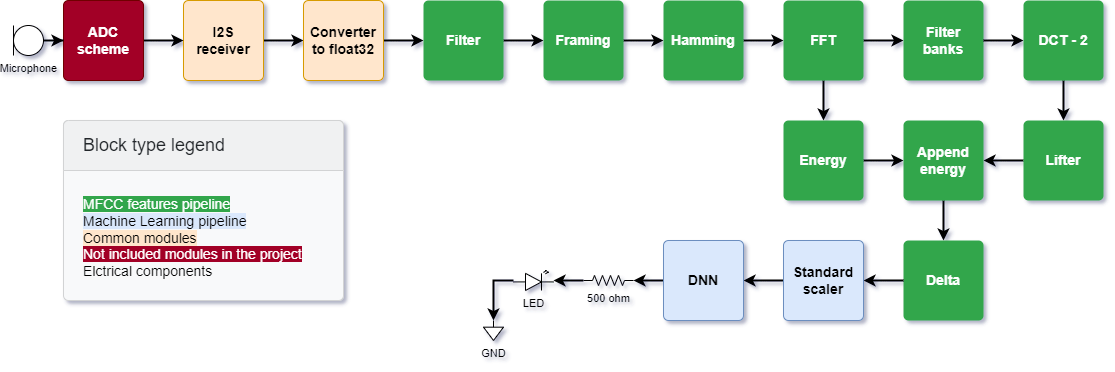
AlexKly/Simple-Voice-Activity-Detector-using-MFCC-based-on-FPGA-Kintex keeps this draw.io diagram as Docs/Project structure.drawio.png. Above is the earlier version. Source tidied: cells renumbered, new cells last; positions are measured from the earlier drawing's top-left corner, leaving out a move shared by most shapes.
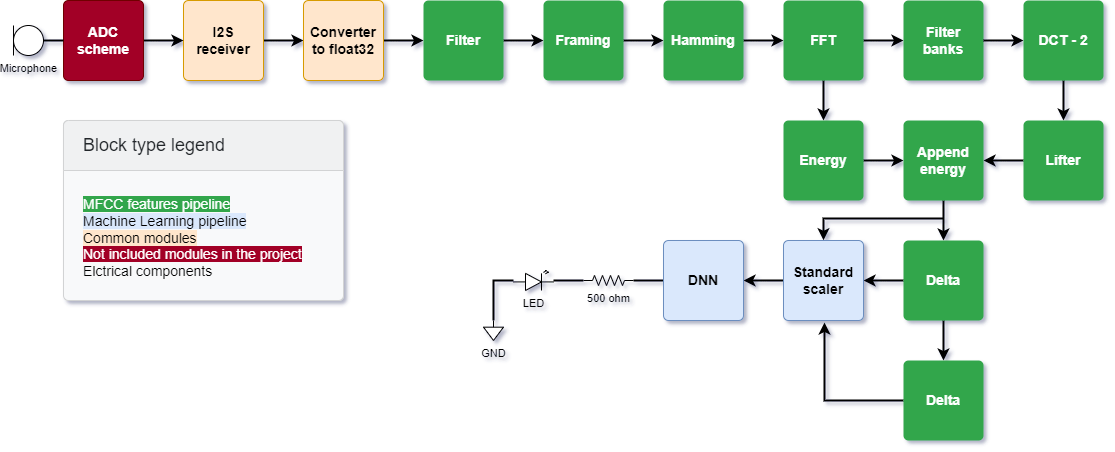
After the change.

Diff of the diagram source:
```diff
@@ -65,13 +65,16 @@
     <mxCell id="22" value="Lifter" style="html=1;shadow=0;dashed=0;shape=mxgraph.bootstrap.rrect;rSize=5;strokeColor=none;strokeWidth=1;fillColor=#33A64C;fontColor=#FFFFFF;whiteSpace=wrap;align=center;verticalAlign=middle;spacingLeft=0;fontStyle=1;fontSize=14;spacing=5;sketch=0;" parent="1" vertex="1">
       <mxGeometry x="1010" y="120" width="80" height="80" as="geometry" />
     </mxCell>
-    <mxCell id="23" style="edgeStyle=orthogonalEdgeStyle;rounded=0;jettySize=auto;html=1;fontSize=11;strokeWidth=2;" parent="1" edge="1" source="24" target="26">
+    <mxCell id="23" style="rounded=0;jettySize=auto;html=1;fontSize=11;fontColor=#000000;strokeWidth=2;" parent="1" edge="1" source="24" target="26">
       <mxGeometry relative="1" as="geometry" />
     </mxCell>
     <mxCell id="24" value="Append energy" style="html=1;shadow=0;dashed=0;shape=mxgraph.bootstrap.rrect;rSize=5;strokeColor=none;strokeWidth=1;fillColor=#33A64C;fontColor=#FFFFFF;whiteSpace=wrap;align=center;verticalAlign=middle;spacingLeft=0;fontStyle=1;fontSize=14;spacing=5;sketch=0;" parent="1" vertex="1">
       <mxGeometry x="890" y="120" width="80" height="80" as="geometry" />
     </mxCell>
+    <mxCell id="42" style="edgeStyle=orthogonalEdgeStyle;rounded=0;jettySize=auto;html=1;fontSize=11;fontColor=#000000;strokeWidth=2;" parent="1" edge="1" source="26" target="44">
+      <mxGeometry relative="1" as="geometry" />
+    </mxCell>
-    <mxCell id="25" style="edgeStyle=orthogonalEdgeStyle;rounded=0;jettySize=auto;html=1;fontSize=11;strokeWidth=2;" parent="1" edge="1" source="26" target="28">
+    <mxCell id="25" style="edgeStyle=orthogonalEdgeStyle;rounded=0;jettySize=auto;html=1;fontSize=11;fontColor=#000000;strokeWidth=2;" parent="1" edge="1" source="26" target="28">
       <mxGeometry relative="1" as="geometry" />
     </mxCell>
     <mxCell id="26" value="Delta" style="html=1;shadow=0;dashed=0;shape=mxgraph.bootstrap.rrect;rSize=5;strokeColor=none;strokeWidth=1;fillColor=#33A64C;fontColor=#FFFFFF;whiteSpace=wrap;align=center;verticalAlign=middle;spacingLeft=0;fontStyle=1;fontSize=14;spacing=5;sketch=0;" parent="1" vertex="1">
@@ -83,13 +86,13 @@
     <mxCell id="28" value="Standard scaler" style="html=1;shadow=0;dashed=0;shape=mxgraph.bootstrap.rrect;rSize=5;strokeColor=#6c8ebf;strokeWidth=1;fillColor=#dae8fc;whiteSpace=wrap;align=center;verticalAlign=middle;spacingLeft=0;fontStyle=1;fontSize=14;spacing=5;sketch=0;" parent="1" vertex="1">
       <mxGeometry x="770" y="240" width="80" height="80" as="geometry" />
     </mxCell>
-    <mxCell id="29" style="edgeStyle=orthogonalEdgeStyle;rounded=0;jettySize=auto;html=1;fontSize=11;strokeWidth=2;" parent="1" edge="1" source="30" target="34">
+    <mxCell id="29" style="edgeStyle=orthogonalEdgeStyle;rounded=0;jettySize=auto;html=1;fontSize=11;strokeWidth=2;endArrow=none;endFill=0;" parent="1" edge="1" source="30" target="34">
       <mxGeometry relative="1" as="geometry" />
     </mxCell>
     <mxCell id="30" value="DNN" style="html=1;shadow=0;dashed=0;shape=mxgraph.bootstrap.rrect;rSize=5;strokeColor=#6c8ebf;strokeWidth=1;fillColor=#dae8fc;whiteSpace=wrap;align=center;verticalAlign=middle;spacingLeft=0;fontStyle=1;fontSize=14;spacing=5;sketch=0;" parent="1" vertex="1">
       <mxGeometry x="650" y="240" width="80" height="80" as="geometry" />
     </mxCell>
-    <mxCell id="31" style="edgeStyle=orthogonalEdgeStyle;rounded=0;jettySize=auto;html=1;fontSize=11;strokeWidth=2;" parent="1" edge="1" source="32" target="39">
+    <mxCell id="31" style="edgeStyle=orthogonalEdgeStyle;rounded=0;jettySize=auto;html=1;fontSize=11;strokeWidth=2;endArrow=none;endFill=0;" parent="1" edge="1" source="32" target="39">
       <mxGeometry relative="1" as="geometry">
         <Array as="points">
           <mxPoint x="480" y="280" />
@@ -99,7 +102,7 @@
     <mxCell id="32" value="LED" style="verticalLabelPosition=bottom;shadow=0;dashed=0;align=center;html=1;verticalAlign=top;shape=mxgraph.electrical.opto_electronics.led_2;sketch=0;fontSize=11;gradientColor=none;" parent="1" vertex="1">
       <mxGeometry x="500" y="270" width="40" height="20" as="geometry" />
     </mxCell>
-    <mxCell id="33" style="edgeStyle=orthogonalEdgeStyle;rounded=0;jettySize=auto;html=1;fontSize=11;strokeWidth=2;" parent="1" edge="1" source="34" target="32">
+    <mxCell id="33" style="edgeStyle=orthogonalEdgeStyle;rounded=0;jettySize=auto;html=1;fontSize=11;strokeWidth=2;endArrow=none;endFill=0;" parent="1" edge="1" source="34" target="32">
       <mxGeometry relative="1" as="geometry" />
     </mxCell>
     <mxCell id="34" value="500 ohm" style="verticalLabelPosition=bottom;shadow=0;dashed=0;align=center;html=1;verticalAlign=top;shape=mxgraph.electrical.resistors.resistor_2;sketch=0;fontSize=11;gradientColor=none;" parent="1" vertex="1">
@@ -111,7 +114,7 @@
     <mxCell id="36" value="ADC scheme" style="html=1;shadow=0;dashed=0;shape=mxgraph.bootstrap.rrect;rSize=5;strokeColor=#6F0000;strokeWidth=1;fillColor=#a20025;fontColor=#ffffff;whiteSpace=wrap;align=center;verticalAlign=middle;spacingLeft=0;fontStyle=1;fontSize=14;spacing=5;sketch=0;" parent="1" vertex="1">
       <mxGeometry x="50" width="80" height="80" as="geometry" />
     </mxCell>
-    <mxCell id="37" style="edgeStyle=orthogonalEdgeStyle;rounded=0;jettySize=auto;html=1;fontSize=11;strokeWidth=2;" parent="1" edge="1" source="38" target="36">
+    <mxCell id="37" style="edgeStyle=orthogonalEdgeStyle;rounded=0;jettySize=auto;html=1;fontSize=11;strokeWidth=2;endArrow=none;endFill=0;" parent="1" edge="1" source="38" target="36">
       <mxGeometry relative="1" as="geometry" />
     </mxCell>
     <mxCell id="38" value="Microphone" style="verticalLabelPosition=bottom;shadow=0;dashed=0;align=center;html=1;verticalAlign=top;shape=mxgraph.electrical.radio.microphone_1;sketch=0;fontSize=11;gradientColor=none;" parent="1" vertex="1">
@@ -126,5 +129,18 @@
     <mxCell id="41" value="Block type legend" style="html=1;shadow=0;dashed=0;shape=mxgraph.bootstrap.topButton;rSize=5;perimeter=none;whiteSpace=wrap;fillColor=#F0F1F2;strokeColor=#D2D3D4;fontColor=#212529;fontSize=18;align=left;spacing=20;labelBackgroundColor=none;sketch=0;" parent="40" vertex="1">
       <mxGeometry width="280" height="50" relative="1" as="geometry" />
     </mxCell>
+    <mxCell id="43" style="edgeStyle=orthogonalEdgeStyle;rounded=0;jettySize=auto;html=1;fontSize=11;fontColor=#000000;strokeWidth=2;" parent="1" edge="1" source="44">
+      <mxGeometry relative="1" as="geometry">
+        <mxPoint x="811" y="322" as="targetPoint" />
+      </mxGeometry>
+    </mxCell>
+    <mxCell id="44" value="Delta" style="html=1;shadow=0;dashed=0;shape=mxgraph.bootstrap.rrect;rSize=5;strokeColor=none;strokeWidth=1;fillColor=#33A64C;fontColor=#FFFFFF;whiteSpace=wrap;align=center;verticalAlign=middle;spacingLeft=0;fontStyle=1;fontSize=14;spacing=5;sketch=0;" parent="1" vertex="1">
+      <mxGeometry x="890" y="360" width="80" height="80" as="geometry" />
+    </mxCell>
+    <mxCell id="45" style="edgeStyle=orthogonalEdgeStyle;rounded=0;jettySize=auto;html=1;fontSize=11;strokeWidth=2;entryX=0.5;entryY=-0.004;entryDx=0;entryDy=0;entryPerimeter=0;" parent="1" edge="1" target="28">
+      <mxGeometry relative="1" as="geometry">
+        <mxPoint x="930" y="218" as="sourcePoint" />
+      </mxGeometry>
+    </mxCell>
   </root>
 </mxGraphModel>
```
